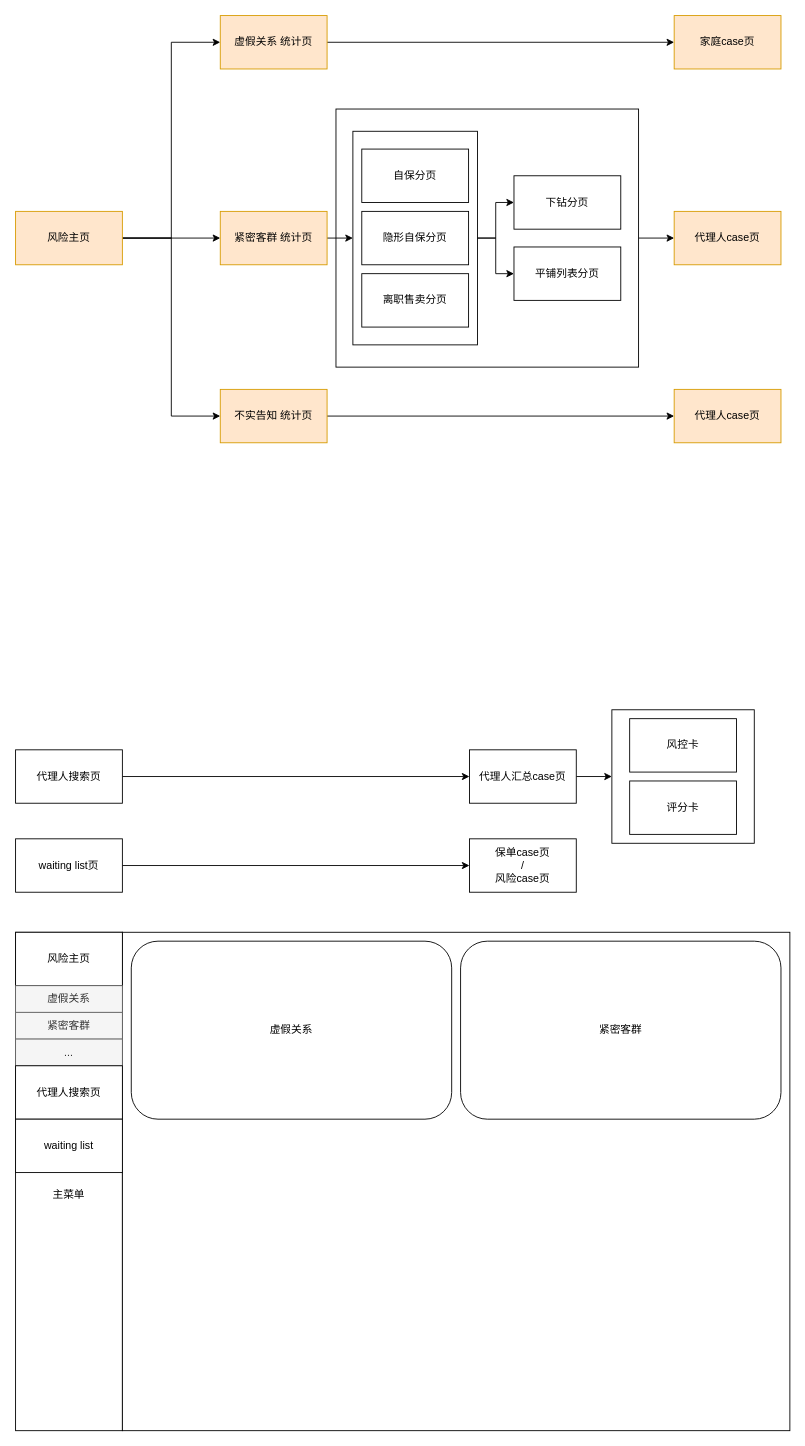
The draw.io diagram page "总体逻辑" (10 of 10) of 友邦/ux.drawio in XiaoLiuAI/diagrams, before the edit. Source tidied: cells renumbered, new cells numbered last; positions are measured from the earlier drawing's top-left corner, leaving out a move shared by most shapes. Both pictures are drawn from the tidied source at 89%, with x=0, y=0 at pixel (15, 15).
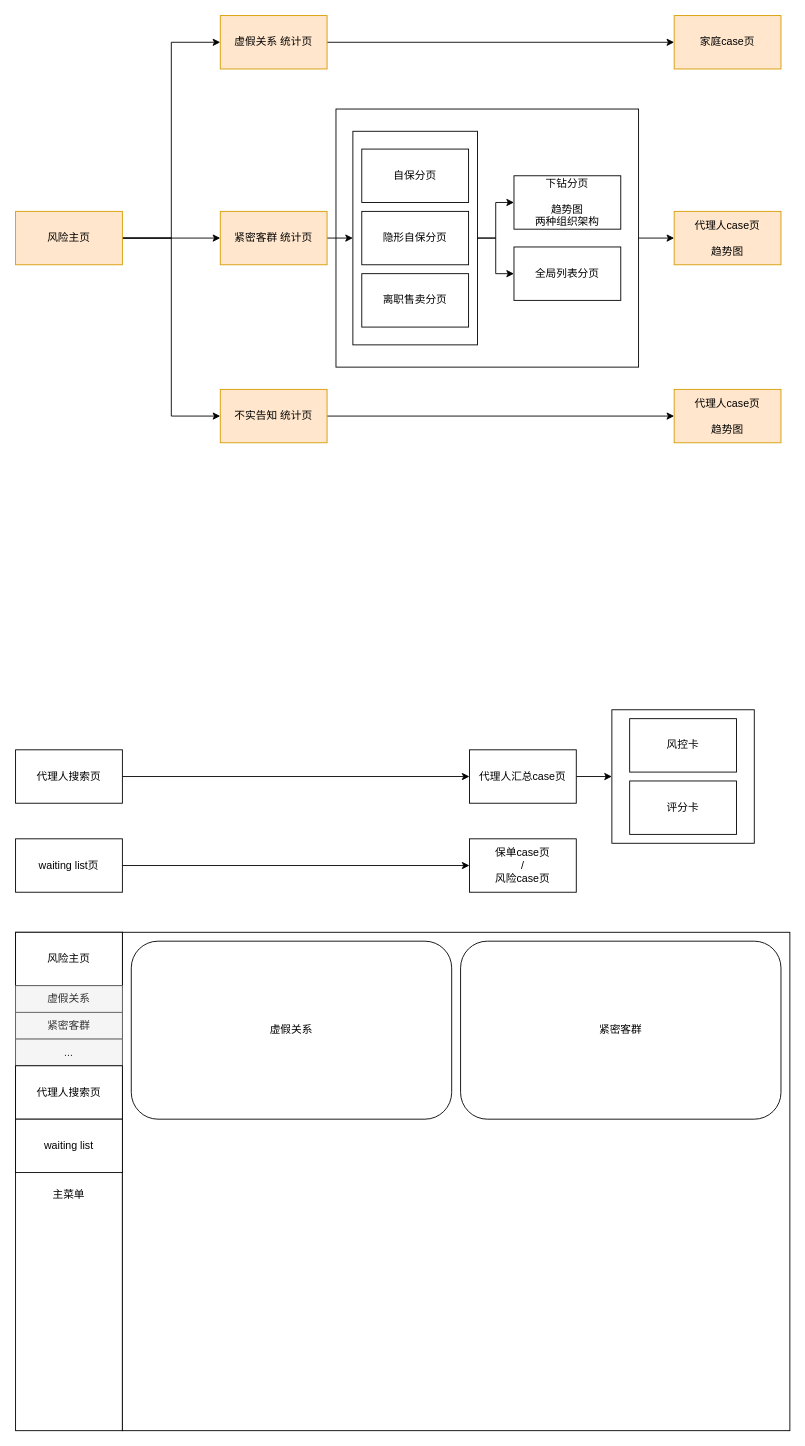
After the change.

Change to the diagram source:
```diff
@@
-    <mxCell id="12" value="下钻分页" style="rounded=0;whiteSpace=wrap;html=1;" parent="1" vertex="1">
+    <mxCell id="12" value="下钻分页&lt;br&gt;&lt;br&gt;趋势图&lt;br&gt;两种组织架构" style="rounded=0;whiteSpace=wrap;html=1;" parent="1" vertex="1">
       <mxGeometry x="560" y="180" width="120" height="60" as="geometry" />
     </mxCell>
-    <mxCell id="13" value="平铺列表分页" style="rounded=0;whiteSpace=wrap;html=1;" parent="1" vertex="1">
+    <mxCell id="13" value="全局列表分页" style="rounded=0;whiteSpace=wrap;html=1;" parent="1" vertex="1">
       <mxGeometry x="560" y="260" width="120" height="60" as="geometry" />
     </mxCell>
@@
-    <mxCell id="22" value="代理人case页" style="rounded=0;whiteSpace=wrap;html=1;fillColor=#ffe6cc;strokeColor=#d79b00;" parent="1" vertex="1">
+    <mxCell id="22" value="代理人case页&lt;br&gt;&lt;br&gt;趋势图" style="rounded=0;whiteSpace=wrap;html=1;fillColor=#ffe6cc;strokeColor=#d79b00;" parent="1" vertex="1">
       <mxGeometry x="740" y="220" width="120" height="60" as="geometry" />
     </mxCell>
@@
-    <mxCell id="47" value="代理人case页" style="rounded=0;whiteSpace=wrap;html=1;fillColor=#ffe6cc;strokeColor=#d79b00;" parent="1" vertex="1">
+    <mxCell id="47" value="代理人case页&lt;br&gt;&lt;br&gt;趋势图" style="rounded=0;whiteSpace=wrap;html=1;fillColor=#ffe6cc;strokeColor=#d79b00;" parent="1" vertex="1">
       <mxGeometry x="740" y="420" width="120" height="60" as="geometry" />
     </mxCell>
```
